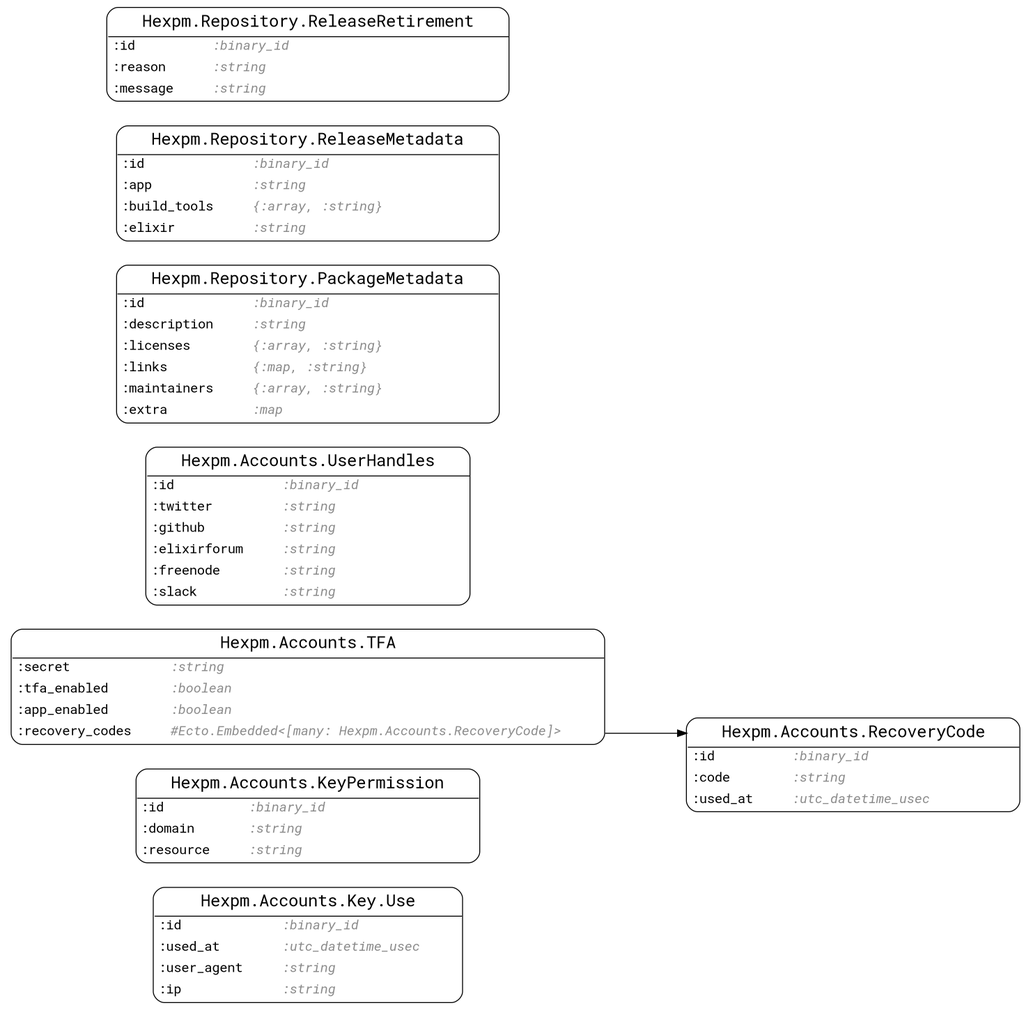
Above: examples/dot/hexpm/Only-embedded-schemas.png in fuelen/ecto_erd (PlantUML), before the change. Its source is kept beside it as examples/plantuml/hexpm/Only-embedded-schemas.puml. Source of this version:
```plantuml
@startuml

hide circle
hide methods

skinparam linetype ortho
skinparam defaultFontName Roboto Mono
skinparam shadowing false


entity Hexpm.Accounts.Key.Use {
  id : binary_id
  --
  used_at : utc_datetime_usec
  user_agent : string
  ip : string
}

entity Hexpm.Accounts.KeyPermission {
  id : binary_id
  --
  domain : string
  resource : string
}

entity Hexpm.Accounts.RecoveryCode {
  id : binary_id
  --
  code : string
  used_at : utc_datetime_usec
}

entity Hexpm.Accounts.TFA {
  secret : string
  tfa_enabled : boolean
  app_enabled : boolean
  recovery_codes : map
}

entity Hexpm.Accounts.UserHandles {
  id : binary_id
  --
  twitter : string
  github : string
  elixirforum : string
  freenode : string
  slack : string
}

entity Hexpm.Repository.PackageMetadata {
  id : binary_id
  --
  description : string
  licenses : array
  links : map
  maintainers : array
  extra : map
}

entity Hexpm.Repository.ReleaseMetadata {
  id : binary_id
  --
  app : string
  build_tools : array
  elixir : string
}

entity Hexpm.Repository.ReleaseRetirement {
  id : binary_id
  --
  reason : string
  message : string
}

Hexpm.Accounts.TFA ||--|{ Hexpm.Accounts.RecoveryCode
@enduml
```
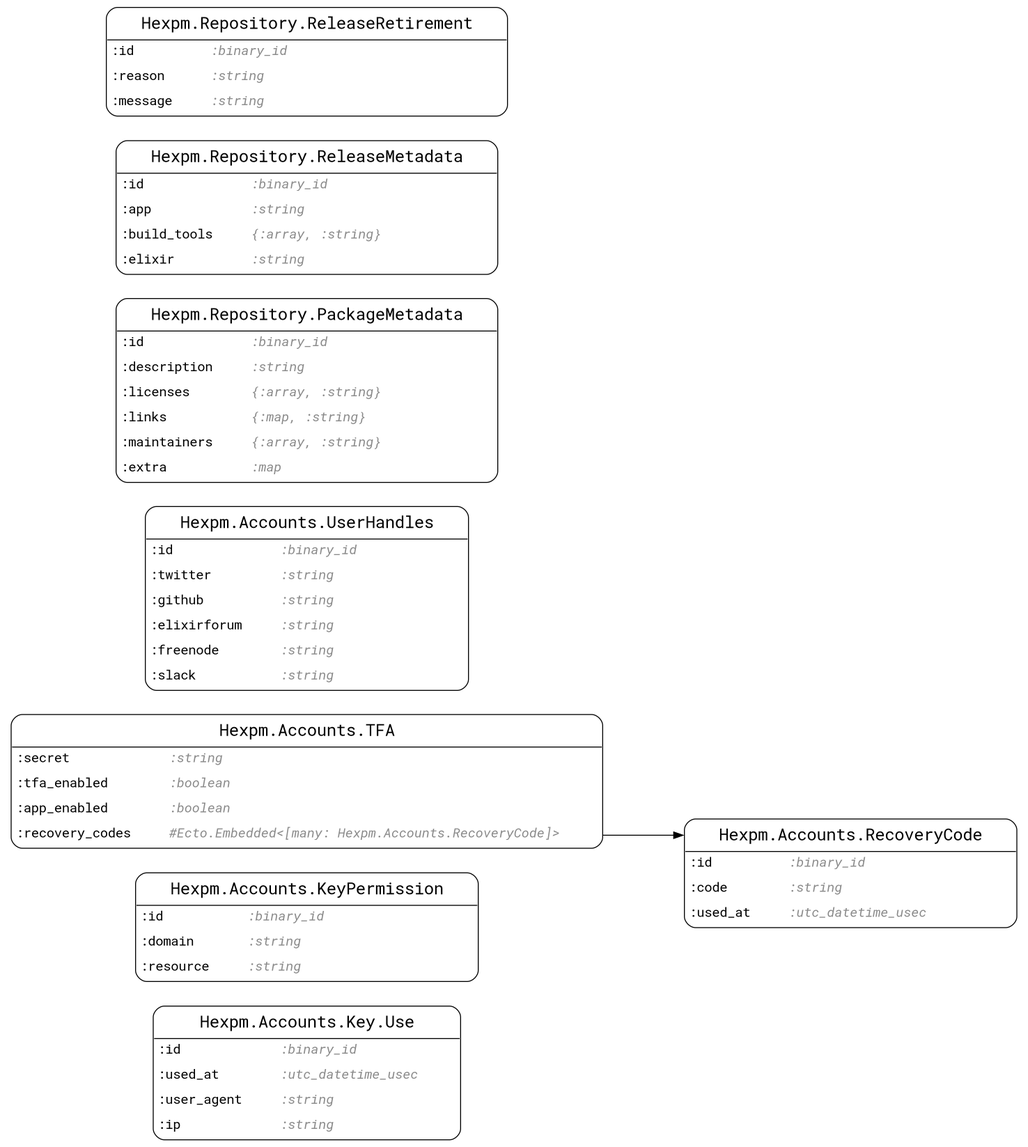
Later version of the same file.

Diff of the diagram source:
```diff
@@ -1,5 +1,6 @@
 @startuml
 
+set namespaceSeparator none
 hide circle
 hide methods
 
```
